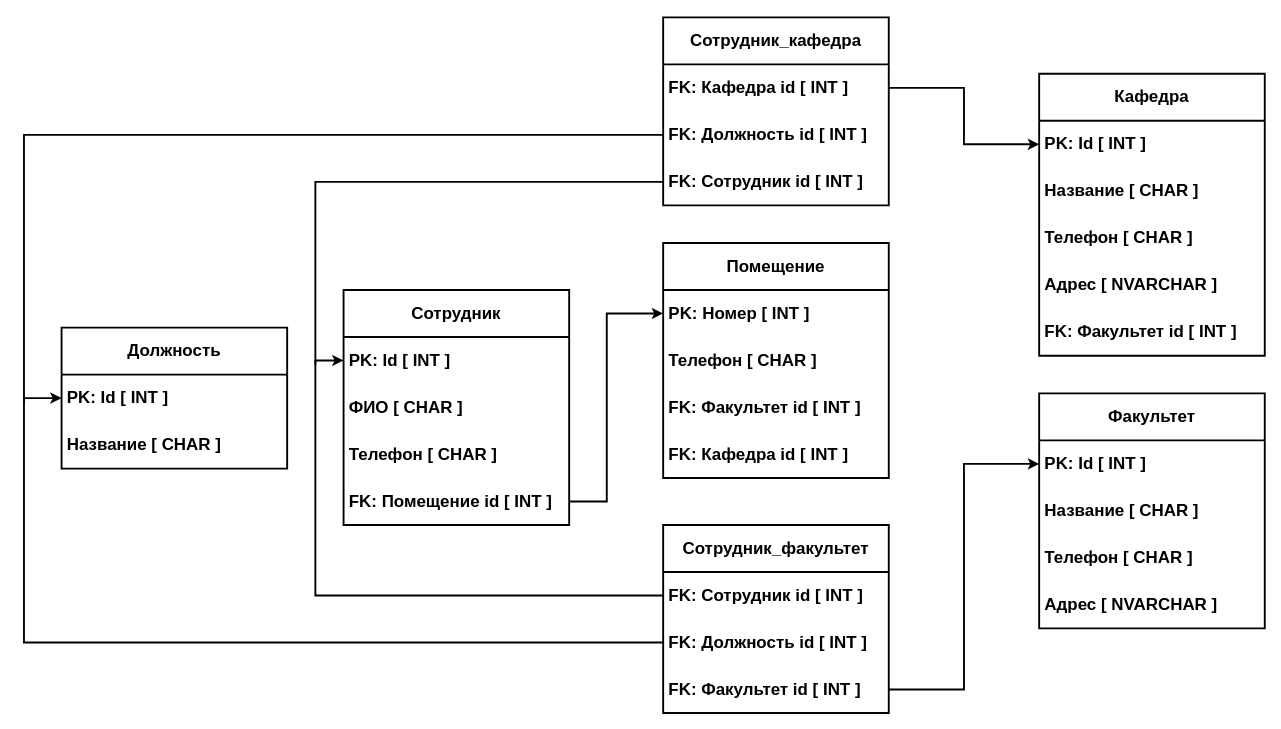
Above: lab1/Relational model.drawio in Baffetry/KB41 (draw.io), before the change. Source tidied: cells renumbered, new cells numbered last; positions are measured from the earlier drawing's top-left corner, leaving out a move shared by most shapes. Both pictures are drawn from the tidied source at 94%, with x=0, y=0 at pixel (24, 17).
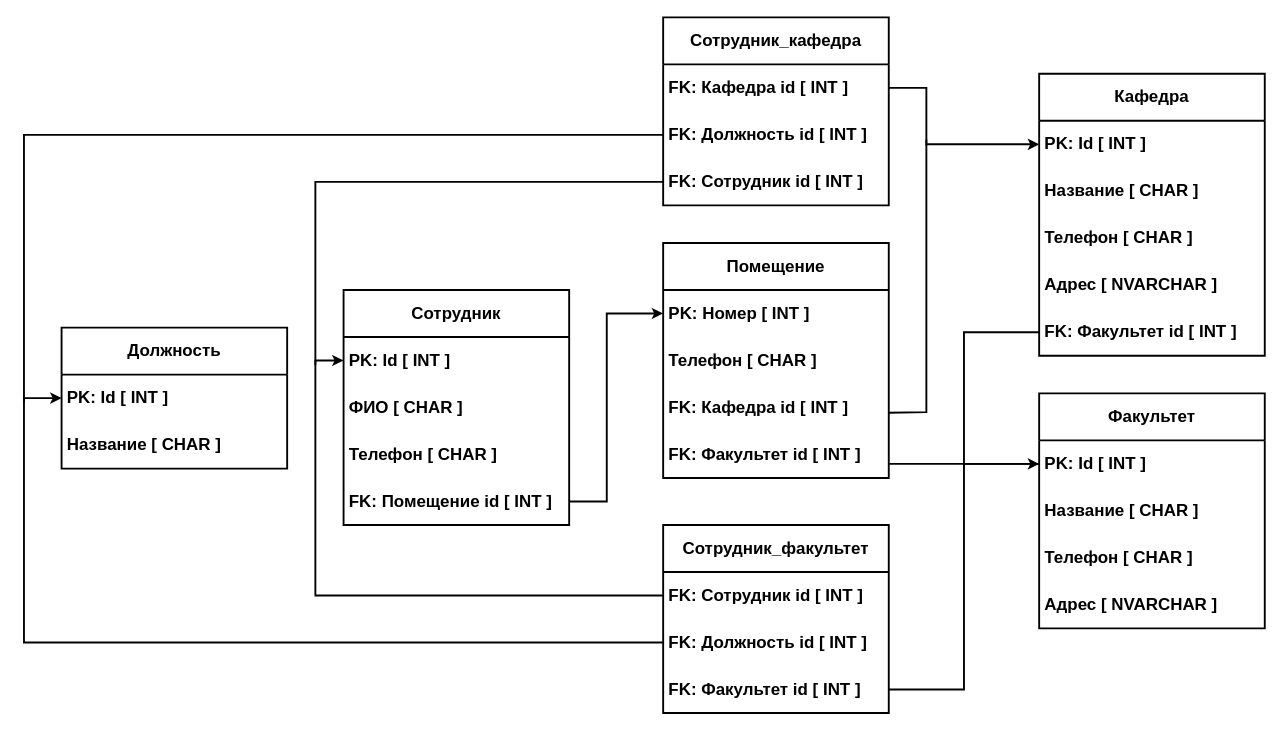
The same diagram, later.

Commit message (it also covers changes not shown here):
Обновлена реляционная модель

The change refers to these unchanged cells:
```xml
<mxCell id="2" value="Кафедра" style="swimlane;fontStyle=1;horizontal=1;startSize=50;whiteSpace=wrap;html=1;strokeWidth=2;fontSize=18;align=center;" parent="1" vertex="1">
  <mxGeometry x="1080" y="60" width="240" height="300" as="geometry" />
</mxCell>
<mxCell id="7" value="FK: Факультет id [ INT ]" style="text;strokeColor=none;fillColor=none;align=left;verticalAlign=middle;spacingLeft=4;spacingRight=4;overflow=hidden;points=[[0,0.5],[1,0.5]];portConstraint=eastwest;whiteSpace=wrap;html=1;fontSize=18;fontStyle=1;strokeWidth=2;" parent="2" vertex="1">
  <mxGeometry y="250" width="240" height="50" as="geometry" />
</mxCell>
<mxCell id="9" value="PK: Id [ INT ]" style="text;strokeColor=none;fillColor=none;align=left;verticalAlign=middle;spacingLeft=4;spacingRight=4;overflow=hidden;points=[[0,0.5],[1,0.5]];portConstraint=eastwest;whiteSpace=wrap;html=1;fontSize=18;fontStyle=1;strokeWidth=2;" parent="8" vertex="1">
  <mxGeometry y="50" width="240" height="50" as="geometry" />
</mxCell>
<mxCell id="13" value="Помещение" style="swimlane;fontStyle=1;horizontal=1;startSize=50;whiteSpace=wrap;html=1;strokeWidth=2;fontSize=18;align=center;" parent="1" vertex="1">
  <mxGeometry x="680" y="240" width="240" height="250" as="geometry" />
</mxCell>
<mxCell id="28" value="FK: Кафедра id [ INT ]" style="text;strokeColor=none;fillColor=none;align=left;verticalAlign=middle;spacingLeft=4;spacingRight=4;overflow=hidden;points=[[0,0.5],[1,0.5]];portConstraint=eastwest;whiteSpace=wrap;html=1;fontSize=18;fontStyle=1;strokeWidth=2;" parent="27" vertex="1">
  <mxGeometry y="50" width="240" height="50" as="geometry" />
</mxCell>
```

Change to the diagram source:
```diff
@@
+    <mxCell id="17" value="FK: Кафедра id [ INT ]" style="text;strokeColor=none;fillColor=none;align=left;verticalAlign=middle;spacingLeft=4;spacingRight=4;overflow=hidden;points=[[0,0.5],[1,0.5]];portConstraint=eastwest;whiteSpace=wrap;html=1;fontSize=18;fontStyle=1;strokeWidth=2;" parent="13" vertex="1">
+      <mxGeometry y="150" width="240" height="50" as="geometry" />
+    </mxCell>
     <mxCell id="16" value="FK: Факультет id [ INT ]" style="text;strokeColor=none;fillColor=none;align=left;verticalAlign=middle;spacingLeft=4;spacingRight=4;overflow=hidden;points=[[0,0.5],[1,0.5]];portConstraint=eastwest;whiteSpace=wrap;html=1;fontSize=18;fontStyle=1;strokeWidth=2;" parent="13" vertex="1">
-      <mxGeometry y="150" width="240" height="50" as="geometry" />
+      <mxGeometry y="200" width="240" height="50" as="geometry" />
     </mxCell>
-    <mxCell id="17" value="FK: Кафедра id [ INT ]" style="text;strokeColor=none;fillColor=none;align=left;verticalAlign=middle;spacingLeft=4;spacingRight=4;overflow=hidden;points=[[0,0.5],[1,0.5]];portConstraint=eastwest;whiteSpace=wrap;html=1;fontSize=18;fontStyle=1;strokeWidth=2;" parent="13" vertex="1">
-      <mxGeometry y="200" width="240" height="50" as="geometry" />
-    </mxCell>
@@
+    <mxCell id="40" style="endArrow=classic;html=1;rounded=0;exitX=1;exitY=0.5;exitDx=0;exitDy=0;entryX=0;entryY=0.25;entryDx=0;entryDy=0;strokeWidth=2;" parent="1" edge="1" source="28" target="2">
+      <mxGeometry relative="1" as="geometry">
+        <Array as="points">
+          <mxPoint x="960" y="75" />
+          <mxPoint x="960" y="135" />
+        </Array>
+      </mxGeometry>
+    </mxCell>
+    <mxCell id="41" style="endArrow=none;html=1;rounded=0;strokeWidth=2;exitX=0.998;exitY=0.613;exitDx=0;exitDy=0;exitPerimeter=0;" parent="1" edge="1" source="17">
+      <mxGeometry relative="1" as="geometry">
+        <mxPoint x="960" y="130" as="targetPoint" />
+        <Array as="points">
+          <mxPoint x="960" y="420" />
+          <mxPoint x="960" y="200" />
+        </Array>
+      </mxGeometry>
+    </mxCell>
+    <mxCell id="42" style="endArrow=none;html=1;rounded=0;exitX=1.002;exitY=0.699;exitDx=0;exitDy=0;exitPerimeter=0;strokeWidth=2;entryX=0;entryY=0.5;entryDx=0;entryDy=0;" parent="1" edge="1" source="16" target="9">
+      <mxGeometry relative="1" as="geometry">
+        <Array as="points">
+          <mxPoint x="1000" y="475" />
+        </Array>
+      </mxGeometry>
+    </mxCell>
@@
-    <mxCell id="40" style="endArrow=classic;html=1;rounded=0;exitX=1;exitY=0.5;exitDx=0;exitDy=0;entryX=0;entryY=0.25;entryDx=0;entryDy=0;strokeWidth=2;" parent="1" edge="1" source="28" target="2">
-      <mxGeometry relative="1" as="geometry">
-        <Array as="points">
-          <mxPoint x="1000" y="75" />
-          <mxPoint x="1000" y="135" />
-        </Array>
-      </mxGeometry>
-    </mxCell>
+    <mxCell id="43" style="endArrow=none;html=1;rounded=0;entryX=0;entryY=0.5;entryDx=0;entryDy=0;strokeWidth=2;" parent="1" edge="1" target="7">
+      <mxGeometry relative="1" as="geometry">
+        <mxPoint x="1000" y="480" as="sourcePoint" />
+        <Array as="points">
+          <mxPoint x="1000" y="335" />
+        </Array>
+      </mxGeometry>
+    </mxCell>
```
